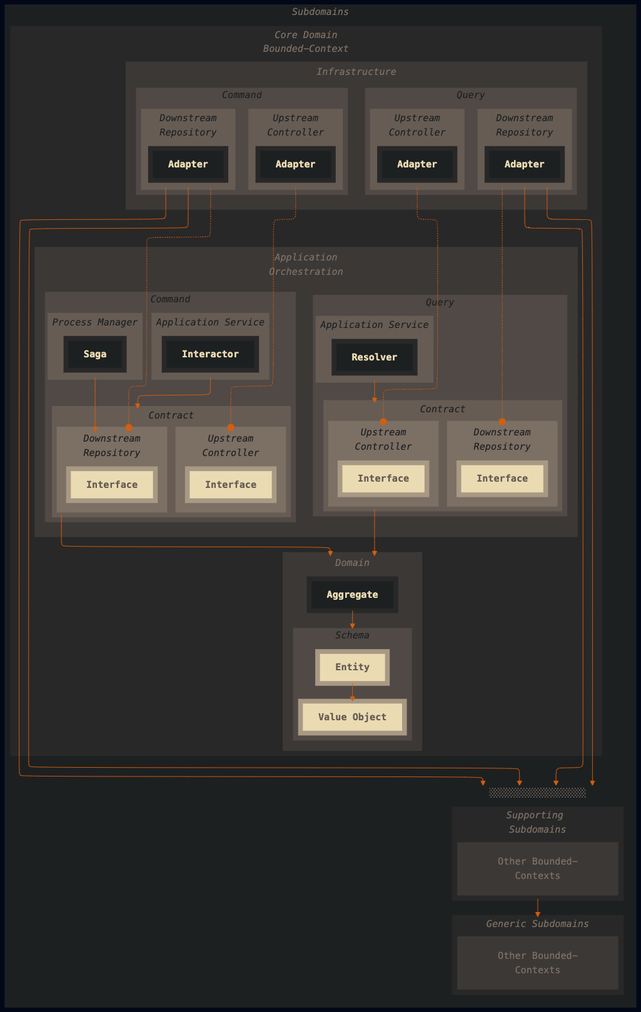
The Mermaid diagram diagrams/contextual-boundaries.png in superhero/handbook, before a commit. Its source is kept beside it as diagrams/contextual-boundaries.mermaid. Source of this version:
```mermaid
---

config:
    layout: elk
    look: classic
    theme: base
    themeVariables:
        fontFamily: "monospace"
        lineColor: "#D65D0E"

---

flowchart TB
    subgraph Subdomains["_Subdomains_"]
        subgraph Core["_Core Domain_<br>_Bounded-Context_"]
            subgraph Infrastructure["_Infrastructure_"]
                subgraph InfrastructureQuery["_Query_"]
                    subgraph InfrastructureQueryUpstream["_Upstream_<br>_Controller_"]
                        InfrastructureQueryUpstreamAdapter[Adapter]
                    end

                    subgraph InfrastructureQueryDownstream["_Downstream_<br>_Repository_"]
                        InfrastructureQueryDownstreamAdapter[Adapter]
                    end
                end

                subgraph InfrastructureCommand["_Command_"]
                    subgraph InfrastructureCommandUpstream["_Upstream_<br>_Controller_"]
                        InfrastructureCommandUpstreamAdapter[Adapter]
                    end

                    subgraph InfrastructureCommandDownstream["_Downstream_<br>_Repository_"]
                        InfrastructureCommandDownstreamAdapter[Adapter]
                    end
                end
            end

            subgraph Application["_Application<br>Orchestration_"]
                subgraph ApplicationQuery["_Query_"]
                    subgraph QueryApplicationService["_Application Service_"]
                        Resolver:::implementation
                    end

                    subgraph ApplicationQueryContract["_Contract_"]
                        subgraph ApplicationQueryContractUpstream["_Upstream_<br>_Controller_"]
                            ApplicationQueryContractUpstreamInterface[Interface]
                        end

                        subgraph ApplicationQueryContractDownstream["_Downstream_<br>_Repository_"]
                            ApplicationQueryContractDownstreamInterface[Interface]
                        end
                    end
                end

                subgraph ApplicationCommand["_Command_"]
                    subgraph CommandApplicationService["_Application Service_"]
                        Interactor[Interactor]:::implementation
                    end

                    subgraph ApplicationCommandProcess["_Process Manager_"]
                        ApplicationCommandProcessSaga[Saga]
                    end

                    subgraph ApplicationCommandContract["_Contract_"]
                        subgraph ApplicationCommandContractUpstream["_Upstream_<br>_Controller_"]
                            ApplicationCommandContractUpstreamInterface[Interface]
                        end

                        subgraph ApplicationCommandContractDownstream["_Downstream_<br>_Repository_"]
                            ApplicationCommandContractDownstreamInterface[Interface]
                        end
                    end
                end
            end

            subgraph Domain[_Domain_]
                DomainAggregate[Aggregate] --> DomainSchema
                subgraph DomainSchema[_Schema_]
                    DomainEntity[Entity] --> DomainValueObject[Value Object]
                end
            end

            CommandApplicationService   --> ApplicationCommandContract
            QueryApplicationService     --> ApplicationQueryContract

            InfrastructureCommandDownstream -.-o ApplicationCommandContractDownstream
            InfrastructureCommandUpstream   -.-o ApplicationCommandContractUpstream
            InfrastructureQueryDownstream   -.-o ApplicationQueryContractDownstream
            InfrastructureQueryUpstream     -.-o ApplicationQueryContractUpstream

            ApplicationCommandProcess   --> ApplicationCommandContractDownstream
            ApplicationQueryContract    --> Domain
            ApplicationCommandContract  --> Domain
        end

        subgraph SubdomainsGroup["░░░░░░░░░░░░░░░░░"]
            subgraph SupportingSubdomains["_Supporting Subdomains_"]
                SupportingSubDomainsBoundedContexts["Other Bounded-Contexts"]
            end

            subgraph GenericSubdomains[_Generic Subdomains_]
                GenericSubdomainsBoundedContexts[Other Bounded-Contexts]
            end
        end

        InfrastructureQueryDownstream   --> SubdomainsGroup
        InfrastructureCommandDownstream --> SubdomainsGroup
        InfrastructureQueryDownstream   --> SubdomainsGroup
        InfrastructureCommandDownstream --> SubdomainsGroup
        SupportingSubdomains            --> GenericSubdomains
    end

    classDef nsDepth_1 fill:#1D2021,stroke:#1D2021,color:#7C6F64
    classDef nsDepth_2 fill:#282828,stroke:#282828,color:#7C6F64,stroke-width:6px
    classDef nsDepth_3 fill:#3C3836,stroke:#3C3836,color:#7C6F64,stroke-width:12px
    classDef nsDepth_4 fill:#504945,stroke:#504945,color:#1D2021
    classDef nsDepth_5 fill:#665C54,stroke:#665C54,color:#1D2021,stroke-width:8px
    classDef nsDepth_6 fill:#7C6F64,stroke:#7C6F64,color:#1D2021,stroke-width:16px

    classDef implementation fill:#1D2021,stroke:#282828,font-weight:bold,stroke-width:8px,color:#EBDBB2
    classDef contract fill:#EBDBB2,stroke:#A89984,font-weight:bold,stroke-width:8px,color:#665C54

    class Subdomains,SubdomainsGroup nsDepth_1
    class Core,SupportingSubdomains,GenericSubdomains nsDepth_2
    class Infrastructure,Application,Domain,SupportingSubDomainsBoundedContexts,GenericSubdomainsBoundedContexts nsDepth_3
    class DomainSchema,InfrastructureQuery,InfrastructureCommand,ApplicationQuery,ApplicationCommand nsDepth_4
    class InfrastructureCommandDownstream,InfrastructureCommandUpstream,InfrastructureQueryDownstream,InfrastructureQueryUpstream,ApplicationQueryContract,ApplicationCommandProcess,ApplicationCommandContract,CommandApplicationService,QueryApplicationService nsDepth_5
    class ApplicationQueryContractUpstream,ApplicationQueryContractDownstream,ApplicationCommandContractUpstream,ApplicationCommandContractDownstream nsDepth_6

    class DomainEntity,DomainValueObject,ApplicationQueryContractUpstreamInterface,ApplicationQueryContractDownstreamInterface,ApplicationCommandContractUpstreamInterface,ApplicationCommandContractDownstreamInterface contract
    class InfrastructureQueryUpstreamAdapter,InfrastructureQueryDownstreamAdapter,InfrastructureCommandUpstreamAdapter,InfrastructureCommandDownstreamAdapter,ApplicationCommandProcessSaga,DomainAggregate implementation
```
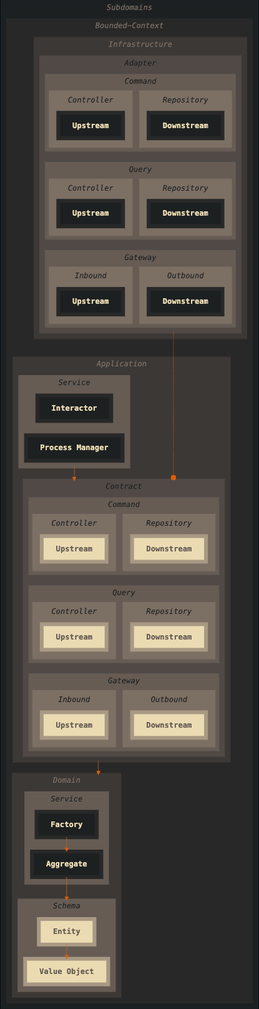
Later version of the same file.

Change to the diagram source:
```diff
@@ -12,108 +12,156 @@
 
 flowchart TB
     subgraph Subdomains["_Subdomains_"]
-        subgraph Core["_Core Domain_<br>_Bounded-Context_"]
+        subgraph Core["_Bounded-Context_"]
             subgraph Infrastructure["_Infrastructure_"]
-                subgraph InfrastructureQuery["_Query_"]
-                    subgraph InfrastructureQueryUpstream["_Upstream_<br>_Controller_"]
-                        InfrastructureQueryUpstreamAdapter[Adapter]
+                subgraph InfrastructureAdapter["_Adapter_"]
+                    subgraph InfrastructureCommand["_Command_"]
+                        direction LR
+
+                        subgraph InfrastructureCommandUpstream["_Controller_"]
+                            InfrastructureCommandUpstreamAdapter[Upstream]
+                        end
+
+                        subgraph InfrastructureCommandDownstream["_Repository_"]
+                            InfrastructureCommandDownstreamAdapter[Downstream]
+                        end
+
+                        InfrastructureCommandUpstream
+                        ~~~ InfrastructureCommandDownstream
                     end
 
-                    subgraph InfrastructureQueryDownstream["_Downstream_<br>_Repository_"]
-                        InfrastructureQueryDownstreamAdapter[Adapter]
-                    end
-                end
+                    subgraph InfrastructureQuery["_Query_"]
+                        direction LR
 
-                subgraph InfrastructureCommand["_Command_"]
-                    subgraph InfrastructureCommandUpstream["_Upstream_<br>_Controller_"]
-                        InfrastructureCommandUpstreamAdapter[Adapter]
+                        subgraph InfrastructureQueryUpstream["_Controller_"]
+                            InfrastructureQueryUpstreamAdapter[Upstream]
+                        end
+
+                        subgraph InfrastructureQueryDownstream["_Repository_"]
+                            InfrastructureQueryDownstreamAdapter[Downstream]
+                        end
+
+                        InfrastructureQueryUpstream
+                        ~~~ InfrastructureQueryDownstream
                     end
 
-                    subgraph InfrastructureCommandDownstream["_Downstream_<br>_Repository_"]
-                        InfrastructureCommandDownstreamAdapter[Adapter]
+                    subgraph InfrastructureGateway["_Gateway_"]
+                        direction LR
+
+                        subgraph InfrastructureGatewayUpstream["_Inbound_"]
+                            InfrastructureGatewayUpstreamAdapter[Upstream]
+                        end
+
+                        subgraph InfrastructureGatewayDownstream["_Outbound_"]
+                            InfrastructureGatewayDownstreamAdapter[Downstream]
+                        end
+
+                        InfrastructureGatewayUpstream
+                        ~~~ InfrastructureGatewayDownstream
                     end
+
+                    InfrastructureCommand
+                    ~~~ InfrastructureQuery
+                    ~~~ InfrastructureGateway
                 end
             end
 
-            subgraph Application["_Application<br>Orchestration_"]
-                subgraph ApplicationQuery["_Query_"]
-                    subgraph QueryApplicationService["_Application Service_"]
-                        Resolver:::implementation
+            subgraph Application["_Application_"]
+                subgraph ApplicationContract["_Contract_"]
+                    subgraph ApplicationCommand["_Command_"]
+                        direction LR
+
+                        subgraph ApplicationCommandContractUpstream["_Controller_"]
+                            ApplicationCommandContractUpstreamInterface[Upstream]
+                        end
+
+                        subgraph ApplicationCommandContractDownstream["_Repository_"]
+                            ApplicationCommandContractDownstreamInterface[Downstream]
+                        end
+
+                        ApplicationCommandContractUpstream
+                        ~~~ ApplicationCommandContractDownstream
                     end
 
-                    subgraph ApplicationQueryContract["_Contract_"]
-                        subgraph ApplicationQueryContractUpstream["_Upstream_<br>_Controller_"]
-                            ApplicationQueryContractUpstreamInterface[Interface]
+                    subgraph ApplicationQuery["_Query_"]
+                        direction LR
+
+                        subgraph ApplicationQueryContractUpstream["_Controller_"]
+                            ApplicationQueryContractUpstreamInterface[Upstream]
                         end
 
-                        subgraph ApplicationQueryContractDownstream["_Downstream_<br>_Repository_"]
-                            ApplicationQueryContractDownstreamInterface[Interface]
+                        subgraph ApplicationQueryContractDownstream["_Repository_"]
+                            ApplicationQueryContractDownstreamInterface[Downstream]
                         end
+
+                        ApplicationQueryContractUpstream
+                        ~~~ ApplicationQueryContractDownstream
                     end
+
+                    subgraph ApplicationGateway["_Gateway_"]
+                        direction LR
+
+                        subgraph ApplicationGatewayInbound["_Inbound_"]
+                            ApplicationGatewayUpstream[Upstream]
+                        end
+
+                        subgraph ApplicationGatewayOutbound["_Outbound_"]
+                            ApplicationGatewayDownstream[Downstream]
+                        end
+
+                        ApplicationGatewayInbound
+                        ~~~ ApplicationGatewayOutbound
+                    end
+
+                    ApplicationCommand
+                    ~~~ ApplicationQuery
+                    ~~~ ApplicationGateway
                 end
 
-                subgraph ApplicationCommand["_Command_"]
-                    subgraph CommandApplicationService["_Application Service_"]
-                        Interactor[Interactor]:::implementation
-                    end
-
-                    subgraph ApplicationCommandProcess["_Process Manager_"]
-                        ApplicationCommandProcessSaga[Saga]
-                    end
-
-                    subgraph ApplicationCommandContract["_Contract_"]
-                        subgraph ApplicationCommandContractUpstream["_Upstream_<br>_Controller_"]
-                            ApplicationCommandContractUpstreamInterface[Interface]
-                        end
-
-                        subgraph ApplicationCommandContractDownstream["_Downstream_<br>_Repository_"]
-                            ApplicationCommandContractDownstreamInterface[Interface]
-                        end
-                    end
+                subgraph ApplicationService["_Service_"]
+                    Interactor[Interactor]:::implementation
+                    ~~~ ProcessManager["Process Manager"]:::implementation
                 end
             end
 
             subgraph Domain[_Domain_]
-                DomainAggregate[Aggregate] --> DomainSchema
+                subgraph DomainService[_Service_]
+                    DomainFactory[Factory]
+                    --> DomainAggregate[Aggregate]
+                end
+
                 subgraph DomainSchema[_Schema_]
                     DomainEntity[Entity] --> DomainValueObject[Value Object]
                 end
+
+                DomainAggregate --> DomainSchema
             end
 
-            CommandApplicationService   --> ApplicationCommandContract
-            QueryApplicationService     --> ApplicationQueryContract
+            Application ~~~~ Domain
+            Application ~~~~ Domain
+            Application ~~~~ Domain
+            Application ~~~~ Domain
+            Application ~~~~ Domain
+            Application ~~~~ Domain
+            Application ~~~~ Domain
+            Application ~~~~ Domain
+            Application ~~~~ Domain
+            Application ~~~~ Domain
+            Application ~~~~ Domain
+            Application ~~~~ Domain
+            Application ~~~~ Domain
+            Application ---> Domain
 
-            InfrastructureCommandDownstream -.-o ApplicationCommandContractDownstream
-            InfrastructureCommandUpstream   -.-o ApplicationCommandContractUpstream
-            InfrastructureQueryDownstream   -.-o ApplicationQueryContractDownstream
-            InfrastructureQueryUpstream     -.-o ApplicationQueryContractUpstream
-
-            ApplicationCommandProcess   --> ApplicationCommandContractDownstream
-            ApplicationQueryContract    --> Domain
-            ApplicationCommandContract  --> Domain
+            ApplicationService    ---> ApplicationContract
+            InfrastructureAdapter -.-o ApplicationContract
+            InfrastructureAdapter ~~~~ ApplicationContract
         end
-
-        subgraph SubdomainsGroup["░░░░░░░░░░░░░░░░░"]
-            subgraph SupportingSubdomains["_Supporting Subdomains_"]
-                SupportingSubDomainsBoundedContexts["Other Bounded-Contexts"]
-            end
-
-            subgraph GenericSubdomains[_Generic Subdomains_]
-                GenericSubdomainsBoundedContexts[Other Bounded-Contexts]
-            end
-        end
-
-        InfrastructureQueryDownstream   --> SubdomainsGroup
-        InfrastructureCommandDownstream --> SubdomainsGroup
-        InfrastructureQueryDownstream   --> SubdomainsGroup
-        InfrastructureCommandDownstream --> SubdomainsGroup
-        SupportingSubdomains            --> GenericSubdomains
     end
 
-    classDef nsDepth_1 fill:#1D2021,stroke:#1D2021,color:#7C6F64
-    classDef nsDepth_2 fill:#282828,stroke:#282828,color:#7C6F64,stroke-width:6px
-    classDef nsDepth_3 fill:#3C3836,stroke:#3C3836,color:#7C6F64,stroke-width:12px
-    classDef nsDepth_4 fill:#504945,stroke:#504945,color:#1D2021
+    classDef nsDepth_1 fill:#1D2021,stroke:#1D2021,color:#7C6F64,stroke-width:8px
+    classDef nsDepth_2 fill:#282828,stroke:#282828,color:#7C6F64,stroke-width:8px
+    classDef nsDepth_3 fill:#3C3836,stroke:#3C3836,color:#7C6F64,stroke-width:8px
+    classDef nsDepth_4 fill:#504945,stroke:#504945,color:#1D2021,stroke-width:8px
     classDef nsDepth_5 fill:#665C54,stroke:#665C54,color:#1D2021,stroke-width:8px
     classDef nsDepth_6 fill:#7C6F64,stroke:#7C6F64,color:#1D2021,stroke-width:16px
 
@@ -123,9 +171,9 @@
     class Subdomains,SubdomainsGroup nsDepth_1
     class Core,SupportingSubdomains,GenericSubdomains nsDepth_2
     class Infrastructure,Application,Domain,SupportingSubDomainsBoundedContexts,GenericSubdomainsBoundedContexts nsDepth_3
-    class DomainSchema,InfrastructureQuery,InfrastructureCommand,ApplicationQuery,ApplicationCommand nsDepth_4
-    class InfrastructureCommandDownstream,InfrastructureCommandUpstream,InfrastructureQueryDownstream,InfrastructureQueryUpstream,ApplicationQueryContract,ApplicationCommandProcess,ApplicationCommandContract,CommandApplicationService,QueryApplicationService nsDepth_5
-    class ApplicationQueryContractUpstream,ApplicationQueryContractDownstream,ApplicationCommandContractUpstream,ApplicationCommandContractDownstream nsDepth_6
+    class InfrastructureAdapter,ApplicationContract nsDepth_4
+    class DomainService,DomainSchema,InfrastructureQuery,InfrastructureCommand,InfrastructureGateway,ApplicationService,ApplicationQuery,ApplicationCommand,ApplicationGateway nsDepth_5
+    class InfrastructureCommandDownstream,InfrastructureCommandUpstream,InfrastructureQueryDownstream,InfrastructureQueryUpstream,InfrastructureGatewayUpstream,InfrastructureGatewayDownstream,ApplicationQueryContractUpstream,ApplicationQueryContractDownstream,ApplicationCommandContractUpstream,ApplicationCommandContractDownstream,ApplicationGatewayInbound,ApplicationGatewayOutbound nsDepth_6
 
-    class DomainEntity,DomainValueObject,ApplicationQueryContractUpstreamInterface,ApplicationQueryContractDownstreamInterface,ApplicationCommandContractUpstreamInterface,ApplicationCommandContractDownstreamInterface contract
-    class InfrastructureQueryUpstreamAdapter,InfrastructureQueryDownstreamAdapter,InfrastructureCommandUpstreamAdapter,InfrastructureCommandDownstreamAdapter,ApplicationCommandProcessSaga,DomainAggregate implementation
+    class DomainEntity,DomainValueObject,ApplicationQueryContractUpstreamInterface,ApplicationQueryContractDownstreamInterface,ApplicationCommandContractUpstreamInterface,ApplicationCommandContractDownstreamInterface,ApplicationGatewayUpstream,ApplicationGatewayDownstream contract
+    class InfrastructureQueryUpstreamAdapter,InfrastructureQueryDownstreamAdapter,InfrastructureCommandUpstreamAdapter,InfrastructureCommandDownstreamAdapter,DomainFactory,DomainAggregate,InfrastructureGatewayUpstreamAdapter,InfrastructureGatewayDownstreamAdapter implementation
```
